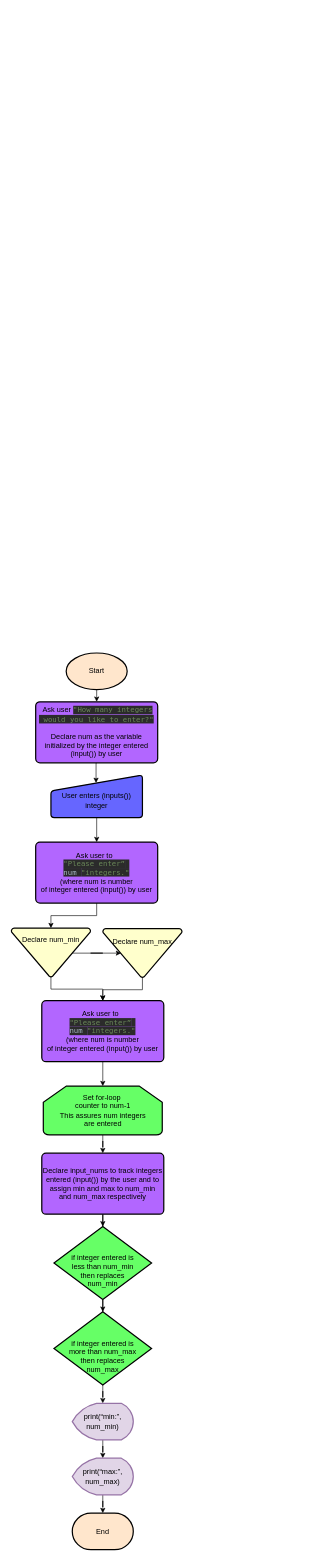
The draw.io diagram Jeff_Stone project3a flowchart CS161.drawio in jeffreykstone/coursework, before the edit. Source tidied: cells renumbered, new cells numbered last; positions are measured from the earlier drawing's top-left corner, leaving out a move shared by most shapes. Both pictures are drawn from the tidied source at 61%, with x=0, y=0 at pixel (11, 653).
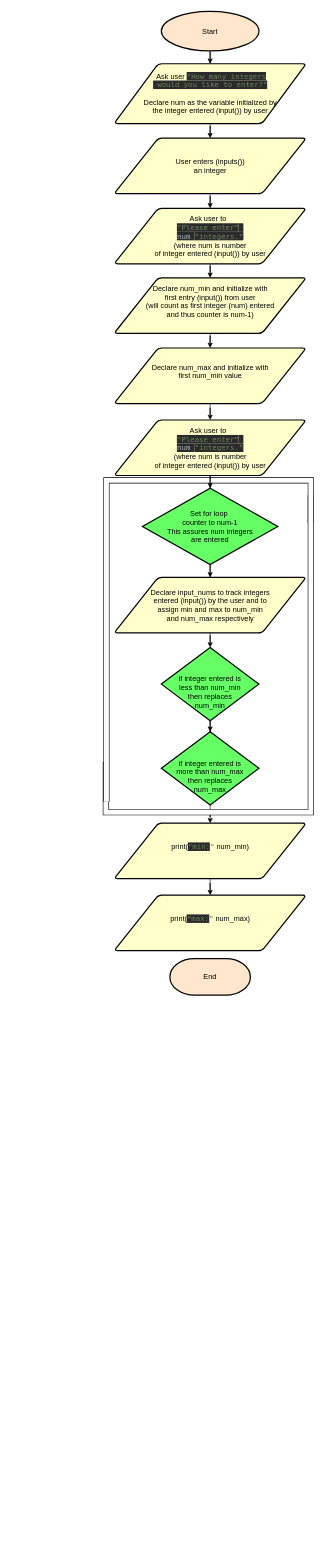
The same page after the edit.

What changed in the source:
```diff
@@
-    <mxCell id="2" style="edgeStyle=orthogonalEdgeStyle;rounded=0;jettySize=auto;html=1;exitX=0.5;exitY=1;exitDx=0;exitDy=0;exitPerimeter=0;entryX=0.5;entryY=0;entryDx=0;entryDy=0;" parent="1" edge="1" source="3">
-      <mxGeometry relative="1" as="geometry">
-        <mxPoint x="140" y="80" as="targetPoint" />
-      </mxGeometry>
-    </mxCell>
+    <mxCell id="30" style="edgeStyle=orthogonalEdgeStyle;rounded=0;jettySize=auto;html=1;" parent="1" edge="1" source="3" target="6">
+      <mxGeometry relative="1" as="geometry" />
+    </mxCell>
     <mxCell id="3" value="Start" style="strokeWidth=2;html=1;shape=mxgraph.flowchart.start_1;whiteSpace=wrap;fillColor=#FFE6CC;" parent="1" vertex="1">
-      <mxGeometry x="90" width="100" height="60" as="geometry" />
+      <mxGeometry x="246" y="-1052" width="160" height="65" as="geometry" />
     </mxCell>
     <mxCell id="4" value="End" style="strokeWidth=2;html=1;shape=mxgraph.flowchart.terminator;whiteSpace=wrap;fillColor=#FFE6CC;" parent="1" vertex="1">
-      <mxGeometry x="100" y="1410" width="100" height="60" as="geometry" />
+      <mxGeometry x="260" y="501" width="132" height="60" as="geometry" />
     </mxCell>
-    <mxCell id="5" style="edgeStyle=orthogonalEdgeStyle;rounded=0;jettySize=auto;html=1;exitX=0.5;exitY=1;exitDx=0;exitDy=0;entryX=0.493;entryY=0.186;entryDx=0;entryDy=0;entryPerimeter=0;" parent="1" edge="1" source="6" target="8">
-      <mxGeometry relative="1" as="geometry" />
-    </mxCell>
-    <mxCell id="6" value="&lt;span&gt;&amp;nbsp;Ask user&amp;nbsp;&lt;/span&gt;&lt;font color=&quot;#6a8759&quot; face=&quot;Menlo&quot;&gt;&lt;span style=&quot;background-color: rgb(43 , 43 , 43)&quot;&gt;&quot;How many integers&lt;br&gt;&amp;nbsp;would you like to enter?&quot;&lt;br&gt;&lt;/span&gt;&lt;/font&gt;&lt;span&gt;&amp;nbsp; &amp;nbsp; &lt;br&gt;Declare num as the variable &lt;/span&gt;&lt;span&gt;initialized by the&amp;nbsp;&lt;/span&gt;&lt;span&gt;integer entered&lt;br&gt;(input())&amp;nbsp;by user&lt;/span&gt;" style="rounded=1;whiteSpace=wrap;html=1;absoluteArcSize=1;arcSize=14;strokeWidth=2;fillColor=#B266FF;" parent="1" vertex="1">
-      <mxGeometry x="40" y="80" width="200" height="100" as="geometry" />
-    </mxCell>
-    <mxCell id="7" style="edgeStyle=orthogonalEdgeStyle;rounded=0;jettySize=auto;html=1;" parent="1" edge="1" source="8" target="10">
-      <mxGeometry relative="1" as="geometry" />
-    </mxCell>
-    <mxCell id="8" value="&lt;br&gt;User enters (inputs()) integer" style="html=1;strokeWidth=2;shape=manualInput;whiteSpace=wrap;rounded=1;size=26;arcSize=11;fillColor=#6666FF;" parent="1" vertex="1">
-      <mxGeometry x="65" y="200" width="150" height="70" as="geometry" />
-    </mxCell>
-    <mxCell id="9" style="edgeStyle=orthogonalEdgeStyle;rounded=0;jettySize=auto;html=1;" parent="1" edge="1" source="10" target="17">
-      <mxGeometry relative="1" as="geometry" />
-    </mxCell>
-    <mxCell id="10" value="&lt;span style=&quot;white-space: nowrap&quot;&gt;Ask user to&lt;/span&gt;&lt;span style=&quot;font-size: 9pt ; white-space: nowrap ; font-family: &amp;#34;menlo&amp;#34; ; color: rgb(204 , 120 , 50)&quot;&gt;&amp;nbsp;&lt;br&gt;&lt;/span&gt;&lt;span style=&quot;white-space: nowrap ; color: rgb(106 , 135 , 89) ; font-family: &amp;#34;menlo&amp;#34; ; background-color: rgb(43 , 43 , 43)&quot;&gt;&quot;Please enter”&lt;/span&gt;&lt;span style=&quot;color: rgb(106 , 135 , 89) ; font-family: &amp;#34;menlo&amp;#34; ; white-space: nowrap ; background-color: rgb(43 , 43 , 43)&quot;&gt;&amp;nbsp;&lt;/span&gt;&lt;span style=&quot;white-space: nowrap ; color: rgb(106 , 135 , 89) ; font-family: &amp;#34;menlo&amp;#34; ; background-color: rgb(43 , 43 , 43)&quot;&gt;&lt;br&gt;&lt;/span&gt;&lt;span style=&quot;font-size: 9pt ; white-space: nowrap&quot;&gt;&lt;font color=&quot;#a9b7c6&quot; face=&quot;Menlo&quot;&gt;&lt;span style=&quot;background-color: rgb(43 , 43 , 43)&quot;&gt;num&amp;nbsp;&lt;/span&gt;&lt;/font&gt;&lt;/span&gt;&lt;span style=&quot;white-space: nowrap ; color: rgb(106 , 135 , 89) ; font-family: &amp;#34;menlo&amp;#34; ; background-color: rgb(43 , 43 , 43)&quot;&gt;&quot;integers.&quot;&lt;/span&gt;&lt;span style=&quot;font-size: 9pt ; white-space: nowrap&quot;&gt;&lt;font color=&quot;#a9b7c6&quot; face=&quot;Menlo&quot;&gt;&lt;span style=&quot;background-color: rgb(43 , 43 , 43)&quot;&gt;&lt;br&gt;&lt;/span&gt;&lt;/font&gt;(where num is number&lt;br&gt;of integer entered (input()) by user&lt;/span&gt;" style="rounded=1;whiteSpace=wrap;html=1;absoluteArcSize=1;arcSize=14;strokeWidth=2;fillColor=#B266FF;" parent="1" vertex="1">
-      <mxGeometry x="40" y="310" width="200" height="100" as="geometry" />
-    </mxCell>
-    <mxCell id="11" style="edgeStyle=orthogonalEdgeStyle;rounded=0;jettySize=auto;html=1;" parent="1" edge="1" source="12" target="23">
-      <mxGeometry relative="1" as="geometry" />
-    </mxCell>
-    <mxCell id="12" value="&lt;span style=&quot;white-space: normal&quot;&gt;Set for-loop&amp;nbsp;&lt;/span&gt;&lt;br style=&quot;white-space: normal&quot;&gt;&lt;span style=&quot;white-space: normal&quot;&gt;counter to num-1&lt;/span&gt;&lt;br style=&quot;white-space: normal&quot;&gt;&lt;span style=&quot;white-space: normal&quot;&gt;This assures num integers&lt;/span&gt;&lt;br style=&quot;white-space: normal&quot;&gt;&lt;span style=&quot;white-space: normal&quot;&gt;are entered&lt;/span&gt;" style="strokeWidth=2;html=1;shape=mxgraph.flowchart.loop_limit;whiteSpace=wrap;fillColor=#66FF66;" parent="1" vertex="1">
-      <mxGeometry x="52.5" y="710" width="195" height="80" as="geometry" />
-    </mxCell>
@@
     <mxCell id="14" value="&lt;p style=&quot;line-height: 117%&quot;&gt;&lt;br&gt;&lt;/p&gt;&lt;p style=&quot;line-height: 117%&quot;&gt;if integer entered is &lt;br&gt;less than num_min&lt;br&gt;then replaces&lt;br&gt;num_min&lt;br&gt;&lt;/p&gt;" style="strokeWidth=2;html=1;shape=mxgraph.flowchart.decision;whiteSpace=wrap;fillColor=#66FF66;" parent="1" vertex="1">
-      <mxGeometry x="70" y="940" width="160" height="120" as="geometry" />
+      <mxGeometry x="246" y="-9" width="160" height="120" as="geometry" />
     </mxCell>
-    <mxCell id="15" style="edgeStyle=orthogonalEdgeStyle;rounded=0;jettySize=auto;html=1;exitX=0.769;exitY=0.513;exitDx=0;exitDy=0;exitPerimeter=0;entryX=0.231;entryY=0.5;entryDx=0;entryDy=0;entryPerimeter=0;" parent="1" edge="1" source="17" target="19">
-      <mxGeometry relative="1" as="geometry" />
-    </mxCell>
-    <mxCell id="16" style="edgeStyle=orthogonalEdgeStyle;rounded=0;jettySize=auto;html=1;" parent="1" edge="1" source="17" target="21">
-      <mxGeometry relative="1" as="geometry" />
-    </mxCell>
-    <mxCell id="17" value="&lt;p style=&quot;line-height: 177%&quot;&gt;Declare num_min&lt;br&gt;&lt;br&gt;&lt;br&gt;&lt;/p&gt;" style="strokeWidth=2;html=1;shape=mxgraph.flowchart.merge_or_storage;whiteSpace=wrap;fillColor=#FFFFCC;" parent="1" vertex="1">
-      <mxGeometry y="451" width="130" height="80" as="geometry" />
-    </mxCell>
-    <mxCell id="18" style="edgeStyle=orthogonalEdgeStyle;rounded=0;jettySize=auto;html=1;" parent="1" edge="1" source="19" target="21">
-      <mxGeometry relative="1" as="geometry" />
-    </mxCell>
-    <mxCell id="19" value="&lt;p style=&quot;line-height: 297%&quot;&gt;Declare num_max&lt;br&gt;&lt;br&gt;&lt;/p&gt;" style="strokeWidth=2;html=1;shape=mxgraph.flowchart.merge_or_storage;whiteSpace=wrap;fillColor=#FFFFCC;" parent="1" vertex="1">
-      <mxGeometry x="150" y="452" width="130" height="80" as="geometry" />
-    </mxCell>
-    <mxCell id="20" style="edgeStyle=orthogonalEdgeStyle;rounded=0;jettySize=auto;html=1;" parent="1" edge="1" source="21" target="12">
-      <mxGeometry relative="1" as="geometry" />
-    </mxCell>
-    <mxCell id="21" value="&lt;span style=&quot;white-space: nowrap&quot;&gt;Ask user to&lt;/span&gt;&lt;span style=&quot;font-size: 9pt ; white-space: nowrap ; font-family: &amp;#34;menlo&amp;#34; ; color: rgb(204 , 120 , 50)&quot;&gt;&amp;nbsp;&lt;br&gt;&lt;/span&gt;&lt;span style=&quot;white-space: nowrap ; color: rgb(106 , 135 , 89) ; font-family: &amp;#34;menlo&amp;#34; ; background-color: rgb(43 , 43 , 43)&quot;&gt;&quot;Please enter”&lt;/span&gt;&lt;span style=&quot;color: rgb(106 , 135 , 89) ; font-family: &amp;#34;menlo&amp;#34; ; white-space: nowrap ; background-color: rgb(43 , 43 , 43)&quot;&gt;&amp;nbsp;&lt;/span&gt;&lt;span style=&quot;white-space: nowrap ; color: rgb(106 , 135 , 89) ; font-family: &amp;#34;menlo&amp;#34; ; background-color: rgb(43 , 43 , 43)&quot;&gt;&lt;br&gt;&lt;/span&gt;&lt;span style=&quot;font-size: 9pt ; white-space: nowrap&quot;&gt;&lt;font color=&quot;#a9b7c6&quot; face=&quot;Menlo&quot;&gt;&lt;span style=&quot;background-color: rgb(43 , 43 , 43)&quot;&gt;num&amp;nbsp;&lt;/span&gt;&lt;/font&gt;&lt;/span&gt;&lt;span style=&quot;white-space: nowrap ; color: rgb(106 , 135 , 89) ; font-family: &amp;#34;menlo&amp;#34; ; background-color: rgb(43 , 43 , 43)&quot;&gt;&quot;integers.&quot;&lt;/span&gt;&lt;span style=&quot;font-size: 9pt ; white-space: nowrap&quot;&gt;&lt;font color=&quot;#a9b7c6&quot; face=&quot;Menlo&quot;&gt;&lt;span style=&quot;background-color: rgb(43 , 43 , 43)&quot;&gt;&lt;br&gt;&lt;/span&gt;&lt;/font&gt;(where num is number&lt;br&gt;of integer entered (input()) by user&lt;/span&gt;" style="rounded=1;whiteSpace=wrap;html=1;absoluteArcSize=1;arcSize=14;strokeWidth=2;fillColor=#B266FF;" parent="1" vertex="1">
-      <mxGeometry x="50" y="570" width="200" height="100" as="geometry" />
-    </mxCell>
+    <mxCell id="31" style="edgeStyle=orthogonalEdgeStyle;rounded=0;jettySize=auto;html=1;" parent="1" edge="1" source="25" target="48">
+      <mxGeometry relative="1" as="geometry" />
+    </mxCell>
+    <mxCell id="25" value="&lt;p style=&quot;line-height: 117%&quot;&gt;&lt;br&gt;&lt;/p&gt;&lt;p style=&quot;line-height: 117%&quot;&gt;if integer entered is &lt;br&gt;more than num_max&lt;br&gt;then replaces&lt;br&gt;num_max&lt;br&gt;&lt;/p&gt;" style="strokeWidth=2;html=1;shape=mxgraph.flowchart.decision;whiteSpace=wrap;fillColor=#66FF66;" parent="1" vertex="1">
+      <mxGeometry x="246" y="129" width="160" height="120" as="geometry" />
+    </mxCell>
+    <mxCell id="32" style="shape=filledEdge;rounded=0;fixDash=1;endArrow=none;strokeWidth=10;fillColor=#ffffff;edgeStyle=orthogonalEdgeStyle;" parent="1" edge="1">
+      <mxGeometry relative="1" as="geometry">
+        <mxPoint x="160" y="184" as="sourcePoint" />
+        <mxPoint x="491" y="-259" as="targetPoint" />
+        <Array as="points">
+          <mxPoint x="155" y="184" />
+          <mxPoint x="155" y="261" />
+          <mxPoint x="491" y="261" />
+        </Array>
+      </mxGeometry>
+    </mxCell>
+    <mxCell id="33" style="shape=filledEdge;rounded=0;fixDash=1;endArrow=none;strokeWidth=10;fillColor=#ffffff;edgeStyle=orthogonalEdgeStyle;" parent="1" edge="1">
+      <mxGeometry relative="1" as="geometry">
+        <mxPoint x="491" y="-213" as="sourcePoint" />
+        <mxPoint x="156" y="244" as="targetPoint" />
+        <Array as="points">
+          <mxPoint x="491" y="-283" />
+          <mxPoint x="156" y="-283" />
+        </Array>
+      </mxGeometry>
+    </mxCell>
+    <mxCell id="34" style="edgeStyle=orthogonalEdgeStyle;rounded=0;jettySize=auto;html=1;" parent="1" edge="1" source="6" target="36">
+      <mxGeometry relative="1" as="geometry" />
+    </mxCell>
+    <mxCell id="6" value="&lt;span style=&quot;white-space: normal&quot;&gt;&amp;nbsp;Ask user&amp;nbsp;&lt;/span&gt;&lt;font color=&quot;#6a8759&quot; face=&quot;Menlo&quot; style=&quot;white-space: normal&quot;&gt;&lt;span style=&quot;background-color: rgb(43 , 43 , 43)&quot;&gt;&quot;How many integers&lt;br&gt;&amp;nbsp;would you like to enter?&quot;&lt;br&gt;&lt;/span&gt;&lt;/font&gt;&lt;span style=&quot;white-space: normal&quot;&gt;&amp;nbsp; &amp;nbsp;&amp;nbsp;&lt;br&gt;Declare num as the variable&amp;nbsp;&lt;/span&gt;&lt;span style=&quot;white-space: normal&quot;&gt;initialized by &lt;br&gt;the&amp;nbsp;&lt;/span&gt;&lt;span style=&quot;white-space: normal&quot;&gt;integer entered&amp;nbsp;(input())&amp;nbsp;by user&lt;/span&gt;" style="shape=parallelogram;html=1;strokeWidth=2;perimeter=parallelogramPerimeter;whiteSpace=wrap;rounded=1;arcSize=12;size=0.23;fillColor=#FFFFCC;" parent="1" vertex="1">
+      <mxGeometry x="168.5" y="-966" width="315" height="98" as="geometry" />
+    </mxCell>
+    <mxCell id="35" style="edgeStyle=orthogonalEdgeStyle;rounded=0;jettySize=auto;html=1;" parent="1" edge="1" source="36" target="38">
+      <mxGeometry relative="1" as="geometry" />
+    </mxCell>
+    <mxCell id="36" value="User enters (inputs())&lt;br&gt;an integer" style="shape=parallelogram;html=1;strokeWidth=2;perimeter=parallelogramPerimeter;whiteSpace=wrap;rounded=1;arcSize=12;size=0.23;fillColor=#FFFFCC;" parent="1" vertex="1">
+      <mxGeometry x="168.5" y="-844" width="315" height="91" as="geometry" />
+    </mxCell>
+    <mxCell id="37" style="edgeStyle=orthogonalEdgeStyle;rounded=0;jettySize=auto;html=1;" parent="1" edge="1" source="38" target="40">
+      <mxGeometry relative="1" as="geometry" />
+    </mxCell>
+    <mxCell id="38" value="&lt;span style=&quot;white-space: nowrap&quot;&gt;Ask user to&lt;/span&gt;&lt;span style=&quot;font-size: 9pt ; white-space: nowrap ; font-family: &amp;#34;menlo&amp;#34; ; color: rgb(204 , 120 , 50)&quot;&gt;&amp;nbsp;&lt;br&gt;&lt;/span&gt;&lt;span style=&quot;white-space: nowrap ; color: rgb(106 , 135 , 89) ; font-family: &amp;#34;menlo&amp;#34; ; background-color: rgb(43 , 43 , 43)&quot;&gt;&quot;Please enter”&lt;/span&gt;&lt;span style=&quot;color: rgb(106 , 135 , 89) ; font-family: &amp;#34;menlo&amp;#34; ; white-space: nowrap ; background-color: rgb(43 , 43 , 43)&quot;&gt;&amp;nbsp;&lt;/span&gt;&lt;span style=&quot;white-space: nowrap ; color: rgb(106 , 135 , 89) ; font-family: &amp;#34;menlo&amp;#34; ; background-color: rgb(43 , 43 , 43)&quot;&gt;&lt;br&gt;&lt;/span&gt;&lt;span style=&quot;font-size: 9pt ; white-space: nowrap&quot;&gt;&lt;font color=&quot;#a9b7c6&quot; face=&quot;Menlo&quot;&gt;&lt;span style=&quot;background-color: rgb(43 , 43 , 43)&quot;&gt;num&amp;nbsp;&lt;/span&gt;&lt;/font&gt;&lt;/span&gt;&lt;span style=&quot;white-space: nowrap ; color: rgb(106 , 135 , 89) ; font-family: &amp;#34;menlo&amp;#34; ; background-color: rgb(43 , 43 , 43)&quot;&gt;&quot;integers.&quot;&lt;/span&gt;&lt;span style=&quot;font-size: 9pt ; white-space: nowrap&quot;&gt;&lt;font color=&quot;#a9b7c6&quot; face=&quot;Menlo&quot;&gt;&lt;span style=&quot;background-color: rgb(43 , 43 , 43)&quot;&gt;&lt;br&gt;&lt;/span&gt;&lt;/font&gt;(where num is number&lt;br&gt;of integer entered (input()) by user&lt;/span&gt;" style="shape=parallelogram;html=1;strokeWidth=2;perimeter=parallelogramPerimeter;whiteSpace=wrap;rounded=1;arcSize=12;size=0.23;fillColor=#FFFFCC;" parent="1" vertex="1">
+      <mxGeometry x="168.5" y="-729" width="315" height="91" as="geometry" />
+    </mxCell>
+    <mxCell id="39" style="edgeStyle=orthogonalEdgeStyle;rounded=0;jettySize=auto;html=1;" parent="1" edge="1" source="40" target="42">
+      <mxGeometry relative="1" as="geometry" />
+    </mxCell>
+    <mxCell id="40" value="&lt;span style=&quot;white-space: nowrap&quot;&gt;Declare&lt;/span&gt;&lt;span style=&quot;font-size: 9pt ; white-space: nowrap&quot;&gt;&amp;nbsp;num_min and initialize with&lt;br&gt;first entry (input()) from user &lt;br&gt;(will count as first integer (num) entered&lt;br&gt;and thus counter is num-1)&lt;br&gt;&lt;br&gt;&lt;/span&gt;" style="shape=parallelogram;html=1;strokeWidth=2;perimeter=parallelogramPerimeter;whiteSpace=wrap;rounded=1;arcSize=12;size=0.23;fillColor=#FFFFCC;" parent="1" vertex="1">
+      <mxGeometry x="168.5" y="-615" width="315" height="91" as="geometry" />
+    </mxCell>
+    <mxCell id="41" style="edgeStyle=orthogonalEdgeStyle;rounded=0;jettySize=auto;html=1;" parent="1" edge="1" source="42" target="44">
+      <mxGeometry relative="1" as="geometry" />
+    </mxCell>
+    <mxCell id="42" value="&lt;span style=&quot;white-space: nowrap&quot;&gt;Declare&lt;/span&gt;&lt;span style=&quot;font-size: 9pt ; white-space: nowrap&quot;&gt;&amp;nbsp;num_max and initialize with&lt;br&gt;first num_min value&lt;br&gt;&lt;br&gt;&lt;/span&gt;" style="shape=parallelogram;html=1;strokeWidth=2;perimeter=parallelogramPerimeter;whiteSpace=wrap;rounded=1;arcSize=12;size=0.23;fillColor=#FFFFCC;" parent="1" vertex="1">
+      <mxGeometry x="168.5" y="-500" width="315" height="91" as="geometry" />
+    </mxCell>
+    <mxCell id="43" style="edgeStyle=orthogonalEdgeStyle;rounded=0;jettySize=auto;html=1;" parent="1" edge="1" source="44" target="46">
+      <mxGeometry relative="1" as="geometry" />
+    </mxCell>
+    <mxCell id="44" value="&lt;span style=&quot;white-space: nowrap&quot;&gt;Ask user to&lt;/span&gt;&lt;span style=&quot;font-size: 9pt ; white-space: nowrap ; font-family: &amp;#34;menlo&amp;#34; ; color: rgb(204 , 120 , 50)&quot;&gt;&amp;nbsp;&lt;br&gt;&lt;/span&gt;&lt;span style=&quot;white-space: nowrap ; color: rgb(106 , 135 , 89) ; font-family: &amp;#34;menlo&amp;#34; ; background-color: rgb(43 , 43 , 43)&quot;&gt;&quot;Please enter”&lt;/span&gt;&lt;span style=&quot;color: rgb(106 , 135 , 89) ; font-family: &amp;#34;menlo&amp;#34; ; white-space: nowrap ; background-color: rgb(43 , 43 , 43)&quot;&gt;&amp;nbsp;&lt;/span&gt;&lt;span style=&quot;white-space: nowrap ; color: rgb(106 , 135 , 89) ; font-family: &amp;#34;menlo&amp;#34; ; background-color: rgb(43 , 43 , 43)&quot;&gt;&lt;br&gt;&lt;/span&gt;&lt;span style=&quot;font-size: 9pt ; white-space: nowrap&quot;&gt;&lt;font color=&quot;#a9b7c6&quot; face=&quot;Menlo&quot;&gt;&lt;span style=&quot;background-color: rgb(43 , 43 , 43)&quot;&gt;num&amp;nbsp;&lt;/span&gt;&lt;/font&gt;&lt;/span&gt;&lt;span style=&quot;white-space: nowrap ; color: rgb(106 , 135 , 89) ; font-family: &amp;#34;menlo&amp;#34; ; background-color: rgb(43 , 43 , 43)&quot;&gt;&quot;integers.&quot;&lt;/span&gt;&lt;span style=&quot;font-size: 9pt ; white-space: nowrap&quot;&gt;&lt;font color=&quot;#a9b7c6&quot; face=&quot;Menlo&quot;&gt;&lt;span style=&quot;background-color: rgb(43 , 43 , 43)&quot;&gt;&lt;br&gt;&lt;/span&gt;&lt;/font&gt;(where num is number&lt;br&gt;of integer entered (input()) by user&lt;/span&gt;&lt;span style=&quot;font-size: 9pt ; white-space: nowrap&quot;&gt;&lt;br&gt;&lt;/span&gt;" style="shape=parallelogram;html=1;strokeWidth=2;perimeter=parallelogramPerimeter;whiteSpace=wrap;rounded=1;arcSize=12;size=0.23;fillColor=#FFFFCC;" parent="1" vertex="1">
+      <mxGeometry x="168.5" y="-382" width="315" height="91" as="geometry" />
+    </mxCell>
+    <mxCell id="45" style="edgeStyle=orthogonalEdgeStyle;rounded=0;jettySize=auto;html=1;" parent="1" edge="1" source="46" target="23">
+      <mxGeometry relative="1" as="geometry" />
+    </mxCell>
+    <mxCell id="46" value="&lt;p style=&quot;line-height: 117%&quot;&gt;Set for loop&amp;nbsp;&lt;br&gt;counter to num-1&lt;br&gt;This assures num integers&lt;br&gt;are entered&lt;br&gt;&lt;/p&gt;" style="strokeWidth=2;html=1;shape=mxgraph.flowchart.decision;whiteSpace=wrap;fillColor=#66FF66;" parent="1" vertex="1">
+      <mxGeometry x="215" y="-270" width="222" height="125" as="geometry" />
+    </mxCell>
@@
-    <mxCell id="23" value="&lt;span style=&quot;white-space: nowrap&quot;&gt;Declare input_nums to track integers&lt;br&gt;&lt;/span&gt;entered (input()) by the user and to&lt;br&gt;assign min and max to num_min&lt;br&gt;and num_max respectively" style="rounded=1;whiteSpace=wrap;html=1;absoluteArcSize=1;arcSize=14;strokeWidth=2;fillColor=#B266FF;" parent="1" vertex="1">
-      <mxGeometry x="50" y="820" width="200" height="100" as="geometry" />
+    <mxCell id="23" value="&lt;span style=&quot;white-space: nowrap&quot;&gt;Declare input_nums to track integers&lt;br&gt;&lt;/span&gt;entered (input()) by the user and to&lt;br&gt;assign min and max to num_min&lt;br&gt;and num_max respectively&lt;span style=&quot;font-size: 9pt ; white-space: nowrap&quot;&gt;&lt;br&gt;&lt;/span&gt;" style="shape=parallelogram;html=1;strokeWidth=2;perimeter=parallelogramPerimeter;whiteSpace=wrap;rounded=1;arcSize=12;size=0.23;fillColor=#FFFFCC;" parent="1" vertex="1">
+      <mxGeometry x="168.5" y="-124" width="315" height="91" as="geometry" />
     </mxCell>
-    <mxCell id="24" style="edgeStyle=orthogonalEdgeStyle;rounded=0;jettySize=auto;html=1;" parent="1" edge="1" source="25" target="27">
-      <mxGeometry relative="1" as="geometry" />
-    </mxCell>
-    <mxCell id="25" value="&lt;p style=&quot;line-height: 117%&quot;&gt;&lt;br&gt;&lt;/p&gt;&lt;p style=&quot;line-height: 117%&quot;&gt;if integer entered is &lt;br&gt;more than num_max&lt;br&gt;then replaces&lt;br&gt;num_max&lt;br&gt;&lt;/p&gt;" style="strokeWidth=2;html=1;shape=mxgraph.flowchart.decision;whiteSpace=wrap;fillColor=#66FF66;" parent="1" vertex="1">
-      <mxGeometry x="70" y="1080" width="160" height="120" as="geometry" />
-    </mxCell>
-    <mxCell id="26" style="edgeStyle=orthogonalEdgeStyle;rounded=0;jettySize=auto;html=1;" parent="1" edge="1" source="27" target="29">
-      <mxGeometry relative="1" as="geometry" />
-    </mxCell>
-    <mxCell id="27" value="print(“min:”, num_min)" style="strokeWidth=2;html=1;shape=mxgraph.flowchart.display;whiteSpace=wrap;fillColor=#e1d5e7;strokeColor=#9673a6;" parent="1" vertex="1">
-      <mxGeometry x="100" y="1230" width="100" height="60" as="geometry" />
-    </mxCell>
-    <mxCell id="28" style="edgeStyle=orthogonalEdgeStyle;rounded=0;jettySize=auto;html=1;" parent="1" edge="1" source="29" target="4">
-      <mxGeometry relative="1" as="geometry" />
-    </mxCell>
-    <mxCell id="29" value="print(“max:”, num_max)" style="strokeWidth=2;html=1;shape=mxgraph.flowchart.display;whiteSpace=wrap;fillColor=#e1d5e7;strokeColor=#9673a6;" parent="1" vertex="1">
-      <mxGeometry x="100" y="1320" width="100" height="60" as="geometry" />
-    </mxCell>
+    <mxCell id="47" style="edgeStyle=orthogonalEdgeStyle;rounded=0;jettySize=auto;html=1;" parent="1" edge="1" source="48" target="49">
+      <mxGeometry relative="1" as="geometry" />
+    </mxCell>
+    <mxCell id="48" value="&lt;span style=&quot;white-space: nowrap&quot;&gt;print(&lt;/span&gt;&lt;span style=&quot;color: rgb(106 , 135 , 89) ; font-family: &amp;#34;menlo&amp;#34; ; font-size: 9pt ; background-color: rgb(43 , 43 , 43)&quot;&gt;&quot;min:&lt;/span&gt;&lt;font color=&quot;#6a8759&quot; face=&quot;menlo&quot;&gt;&lt;span&gt;”&lt;/span&gt;&lt;/font&gt;&amp;nbsp;num_min)&lt;br&gt;&lt;span style=&quot;font-size: 9pt ; white-space: nowrap&quot;&gt;&lt;br&gt;&lt;/span&gt;" style="shape=parallelogram;html=1;strokeWidth=2;perimeter=parallelogramPerimeter;whiteSpace=wrap;rounded=1;arcSize=12;size=0.23;fillColor=#FFFFCC;" parent="1" vertex="1">
+      <mxGeometry x="168.5" y="279" width="315" height="91" as="geometry" />
+    </mxCell>
+    <mxCell id="49" value="&lt;span style=&quot;white-space: nowrap&quot;&gt;print(&lt;/span&gt;&lt;span style=&quot;background-color: rgb(43 , 43 , 43)&quot;&gt;&lt;font color=&quot;#6a8759&quot; face=&quot;menlo&quot;&gt;&lt;span&gt;“max&lt;/span&gt;&lt;span style=&quot;font-size: 9pt&quot;&gt;:&lt;/span&gt;&lt;/font&gt;&lt;/span&gt;&lt;font color=&quot;#6a8759&quot; face=&quot;menlo&quot;&gt;&lt;span&gt;”&lt;/span&gt;&lt;/font&gt;&amp;nbsp;num_max)&lt;br&gt;&lt;span style=&quot;font-size: 9pt ; white-space: nowrap&quot;&gt;&lt;br&gt;&lt;/span&gt;" style="shape=parallelogram;html=1;strokeWidth=2;perimeter=parallelogramPerimeter;whiteSpace=wrap;rounded=1;arcSize=12;size=0.23;fillColor=#FFFFCC;" parent="1" vertex="1">
+      <mxGeometry x="168.5" y="397" width="315" height="91" as="geometry" />
+    </mxCell>
```
